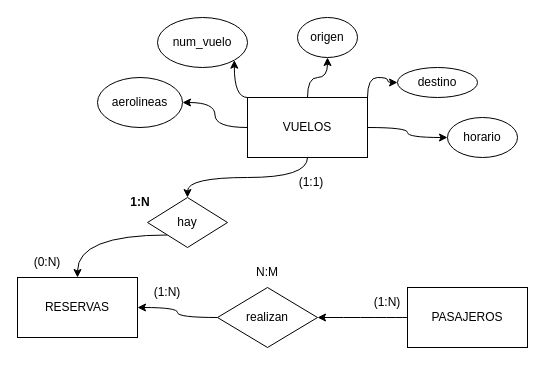
The draw.io diagram page "ejercicio6" (5 of 13) of Sql/directorio_de_ejercicios.drawio in universoparalelo/Informatorio, before the edit. Source tidied: cells renumbered, new cells numbered last; positions are measured from the earlier drawing's top-left corner, leaving out a move shared by most shapes. Both pictures are drawn from the tidied source at 100%, with x=0, y=0 at pixel (17, 17).
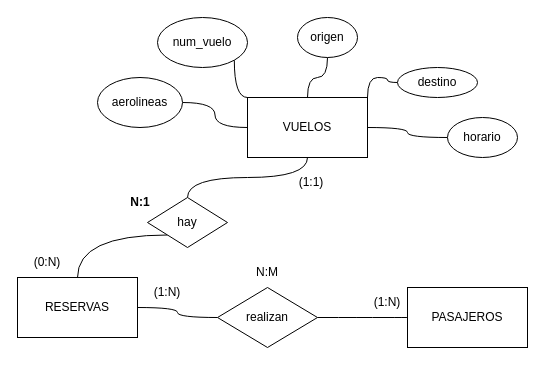
The same diagram, later.

The change refers to these unchanged cells:
```xml
<mxCell id="8" value="VUELOS" style="rounded=0;whiteSpace=wrap;html=1;" parent="1" vertex="1">
  <mxGeometry x="230" y="80" width="120" height="60" as="geometry" />
</mxCell>
<mxCell id="9" value="num_vuelo" style="ellipse;whiteSpace=wrap;html=1;" parent="1" vertex="1">
  <mxGeometry x="140" width="90" height="50" as="geometry" />
</mxCell>
<mxCell id="10" value="aerolineas" style="ellipse;whiteSpace=wrap;html=1;" parent="1" vertex="1">
  <mxGeometry x="80" y="60" width="85" height="50" as="geometry" />
</mxCell>
<mxCell id="11" value="origen" style="ellipse;whiteSpace=wrap;html=1;" parent="1" vertex="1">
  <mxGeometry x="280" width="60" height="40" as="geometry" />
</mxCell>
<mxCell id="12" value="destino" style="ellipse;whiteSpace=wrap;html=1;" parent="1" vertex="1">
  <mxGeometry x="380" y="50" width="80" height="30" as="geometry" />
</mxCell>
<mxCell id="13" value="horario" style="ellipse;whiteSpace=wrap;html=1;" parent="1" vertex="1">
  <mxGeometry x="430" y="100" width="70" height="40" as="geometry" />
</mxCell>
<mxCell id="15" value="PASAJEROS" style="rounded=0;whiteSpace=wrap;html=1;" parent="1" vertex="1">
  <mxGeometry x="390" y="270" width="120" height="60" as="geometry" />
</mxCell>
<mxCell id="16" value="RESERVAS" style="rounded=0;whiteSpace=wrap;html=1;" parent="1" vertex="1">
  <mxGeometry y="260" width="120" height="60" as="geometry" />
</mxCell>
<mxCell id="18" value="realizan" style="rhombus;whiteSpace=wrap;html=1;" parent="1" vertex="1">
  <mxGeometry x="200" y="270" width="100" height="60" as="geometry" />
</mxCell>
<mxCell id="23" value="hay" style="rhombus;whiteSpace=wrap;html=1;" parent="1" vertex="1">
  <mxGeometry x="130" y="180" width="80" height="50" as="geometry" />
</mxCell>
```

Change to the diagram source:
```diff
@@
-    <mxCell id="2" style="edgeStyle=orthogonalEdgeStyle;curved=1;rounded=0;jettySize=auto;html=1;exitX=0;exitY=0.5;exitDx=0;exitDy=0;entryX=1;entryY=0.5;entryDx=0;entryDy=0;" parent="1" edge="1" source="8" target="10">
+    <mxCell id="2" style="edgeStyle=orthogonalEdgeStyle;curved=1;rounded=0;jettySize=auto;html=1;exitX=0;exitY=0.5;exitDx=0;exitDy=0;entryX=1;entryY=0.5;entryDx=0;entryDy=0;endArrow=none;endFill=0;" parent="1" edge="1" source="8" target="10">
       <mxGeometry relative="1" as="geometry" />
     </mxCell>
-    <mxCell id="3" style="edgeStyle=orthogonalEdgeStyle;curved=1;rounded=0;jettySize=auto;html=1;exitX=0;exitY=0;exitDx=0;exitDy=0;entryX=1;entryY=1;entryDx=0;entryDy=0;" parent="1" edge="1" source="8" target="9">
+    <mxCell id="3" style="edgeStyle=orthogonalEdgeStyle;curved=1;rounded=0;jettySize=auto;html=1;exitX=0;exitY=0;exitDx=0;exitDy=0;entryX=1;entryY=1;entryDx=0;entryDy=0;endArrow=none;endFill=0;" parent="1" edge="1" source="8" target="9">
       <mxGeometry relative="1" as="geometry" />
     </mxCell>
-    <mxCell id="4" style="edgeStyle=orthogonalEdgeStyle;curved=1;rounded=0;jettySize=auto;html=1;exitX=0.5;exitY=0;exitDx=0;exitDy=0;entryX=0.5;entryY=1;entryDx=0;entryDy=0;" parent="1" edge="1" source="8" target="11">
+    <mxCell id="4" style="edgeStyle=orthogonalEdgeStyle;curved=1;rounded=0;jettySize=auto;html=1;exitX=0.5;exitY=0;exitDx=0;exitDy=0;entryX=0.5;entryY=1;entryDx=0;entryDy=0;endArrow=none;endFill=0;" parent="1" edge="1" source="8" target="11">
       <mxGeometry relative="1" as="geometry" />
     </mxCell>
-    <mxCell id="5" style="edgeStyle=orthogonalEdgeStyle;curved=1;rounded=0;jettySize=auto;html=1;exitX=1;exitY=0;exitDx=0;exitDy=0;" parent="1" edge="1" source="8" target="12">
+    <mxCell id="5" style="edgeStyle=orthogonalEdgeStyle;curved=1;rounded=0;jettySize=auto;html=1;exitX=1;exitY=0;exitDx=0;exitDy=0;endArrow=none;endFill=0;" parent="1" edge="1" source="8" target="12">
       <mxGeometry relative="1" as="geometry" />
     </mxCell>
-    <mxCell id="6" style="edgeStyle=orthogonalEdgeStyle;curved=1;rounded=0;jettySize=auto;html=1;exitX=1;exitY=0.5;exitDx=0;exitDy=0;entryX=0;entryY=0.5;entryDx=0;entryDy=0;" parent="1" edge="1" source="8" target="13">
+    <mxCell id="6" style="edgeStyle=orthogonalEdgeStyle;curved=1;rounded=0;jettySize=auto;html=1;exitX=1;exitY=0.5;exitDx=0;exitDy=0;entryX=0;entryY=0.5;entryDx=0;entryDy=0;endArrow=none;endFill=0;" parent="1" edge="1" source="8" target="13">
       <mxGeometry relative="1" as="geometry" />
     </mxCell>
-    <mxCell id="7" style="edgeStyle=orthogonalEdgeStyle;curved=1;rounded=0;jettySize=auto;html=1;exitX=0.5;exitY=1;exitDx=0;exitDy=0;" parent="1" edge="1" source="8" target="23">
+    <mxCell id="7" style="edgeStyle=orthogonalEdgeStyle;curved=1;rounded=0;jettySize=auto;html=1;exitX=0.5;exitY=1;exitDx=0;exitDy=0;endArrow=none;endFill=0;" parent="1" edge="1" source="8" target="23">
       <mxGeometry relative="1" as="geometry" />
     </mxCell>
@@
-    <mxCell id="14" style="edgeStyle=orthogonalEdgeStyle;curved=1;rounded=0;jettySize=auto;html=1;exitX=0;exitY=0.5;exitDx=0;exitDy=0;entryX=1;entryY=0.5;entryDx=0;entryDy=0;" parent="1" edge="1" source="15" target="18">
+    <mxCell id="14" style="edgeStyle=orthogonalEdgeStyle;curved=1;rounded=0;jettySize=auto;html=1;exitX=0;exitY=0.5;exitDx=0;exitDy=0;entryX=1;entryY=0.5;entryDx=0;entryDy=0;endArrow=none;endFill=0;" parent="1" edge="1" source="15" target="18">
       <mxGeometry relative="1" as="geometry" />
     </mxCell>
@@
-    <mxCell id="17" style="edgeStyle=orthogonalEdgeStyle;curved=1;rounded=0;jettySize=auto;html=1;exitX=0;exitY=0.5;exitDx=0;exitDy=0;entryX=1;entryY=0.5;entryDx=0;entryDy=0;" parent="1" edge="1" source="18" target="16">
+    <mxCell id="17" style="edgeStyle=orthogonalEdgeStyle;curved=1;rounded=0;jettySize=auto;html=1;exitX=0;exitY=0.5;exitDx=0;exitDy=0;entryX=1;entryY=0.5;entryDx=0;entryDy=0;endArrow=none;endFill=0;" parent="1" edge="1" source="18" target="16">
       <mxGeometry relative="1" as="geometry" />
     </mxCell>
@@
-    <mxCell id="22" style="edgeStyle=orthogonalEdgeStyle;curved=1;rounded=0;jettySize=auto;html=1;exitX=0;exitY=1;exitDx=0;exitDy=0;entryX=0.5;entryY=0;entryDx=0;entryDy=0;" parent="1" edge="1" source="23" target="16">
+    <mxCell id="22" style="edgeStyle=orthogonalEdgeStyle;curved=1;rounded=0;jettySize=auto;html=1;exitX=0;exitY=1;exitDx=0;exitDy=0;entryX=0.5;entryY=0;entryDx=0;entryDy=0;endArrow=none;endFill=0;" parent="1" edge="1" source="23" target="16">
       <mxGeometry relative="1" as="geometry" />
     </mxCell>
@@
-    <mxCell id="26" value="&lt;b&gt;1:N&lt;/b&gt;" style="text;html=1;strokeColor=none;fillColor=none;align=center;verticalAlign=middle;whiteSpace=wrap;rounded=0;" parent="1" vertex="1">
+    <mxCell id="26" value="&lt;b&gt;N:1&lt;/b&gt;" style="text;html=1;strokeColor=none;fillColor=none;align=center;verticalAlign=middle;whiteSpace=wrap;rounded=0;" parent="1" vertex="1">
       <mxGeometry x="93" y="170" width="60" height="30" as="geometry" />
     </mxCell>
```
